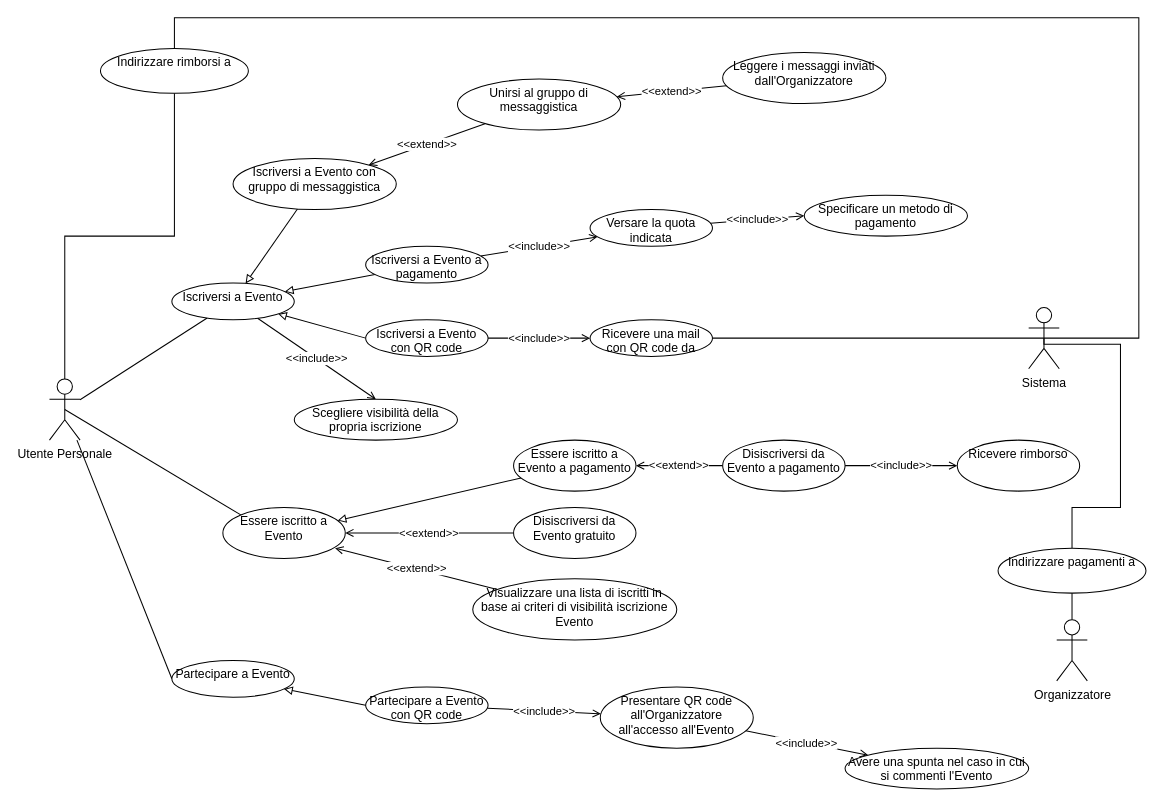
4spot-team/documentation keeps this draw.io diagram as UseCase/RF15_Iscrizione_Evento/Iscrizione_Evento.drawio. Above is the earlier version. Source tidied: cells renumbered, new cells numbered last; positions are measured from the earlier drawing's top-left corner, leaving out a move shared by most shapes. Both pictures are drawn from the tidied source at 102%, with x=0, y=0 at pixel (49, 17).
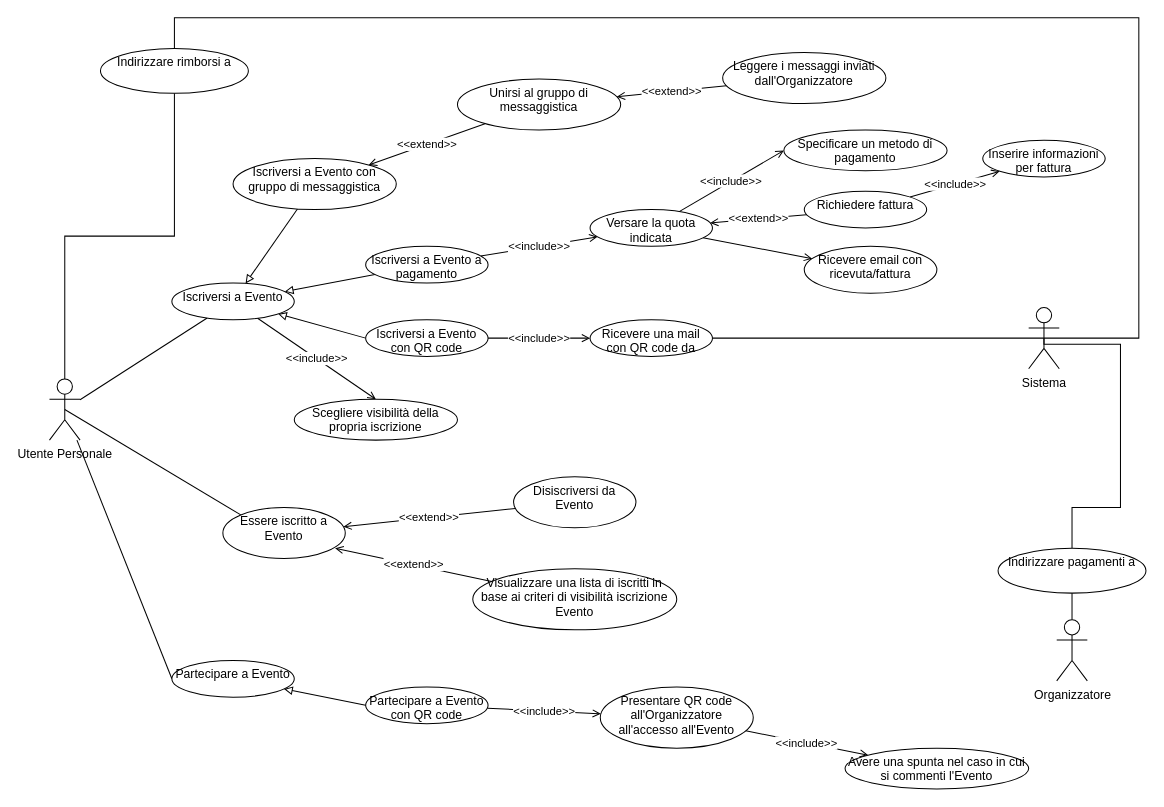
Above is the later version.

Commit message (it also covers changes not shown here):
Revise use cases.

The change refers to these unchanged cells:
```xml
<mxCell id="15" value="Versare la quota indicata" style="ellipse;whiteSpace=wrap;html=1;verticalAlign=top;" parent="1" vertex="1">
  <mxGeometry x="530" y="188" width="120" height="36" as="geometry" />
</mxCell>
<mxCell id="37" value="Essere iscritto a Evento" style="ellipse;whiteSpace=wrap;html=1;verticalAlign=top;" parent="1" vertex="1">
  <mxGeometry x="170" y="480" width="120" height="50" as="geometry" />
</mxCell>
```

Diff of the diagram source:
```diff
@@
+    <mxCell id="42" value="&amp;lt;&amp;lt;extend&amp;gt;&amp;gt;" style="rounded=0;jettySize=auto;html=1;endArrow=open;endFill=0;" parent="1" edge="1" source="53" target="15">
+      <mxGeometry relative="1" as="geometry" />
+    </mxCell>
+    <mxCell id="52" style="edgeStyle=none;rounded=0;jettySize=auto;html=1;endArrow=open;endFill=0;" parent="1" edge="1" source="15" target="55">
+      <mxGeometry relative="1" as="geometry" />
+    </mxCell>
@@
     <mxCell id="16" value="Specificare un metodo di pagamento" style="ellipse;whiteSpace=wrap;html=1;verticalAlign=top;" parent="1" vertex="1">
-      <mxGeometry x="740" y="174" width="160" height="40" as="geometry" />
+      <mxGeometry x="720" y="110" width="160" height="40" as="geometry" />
     </mxCell>
@@
-    <mxCell id="36" style="edgeStyle=none;rounded=0;jettySize=auto;html=1;endArrow=block;endFill=0;" parent="1" edge="1" source="41" target="37">
-      <mxGeometry relative="1" as="geometry" />
-    </mxCell>
@@
-    <mxCell id="38" value="Disiscriversi da Evento gratuito" style="ellipse;whiteSpace=wrap;html=1;verticalAlign=top;" parent="1" vertex="1">
-      <mxGeometry x="455" y="480" width="120" height="50" as="geometry" />
+    <mxCell id="38" value="Disiscriversi da Evento" style="ellipse;whiteSpace=wrap;html=1;verticalAlign=top;" parent="1" vertex="1">
+      <mxGeometry x="455" y="450" width="120" height="50" as="geometry" />
     </mxCell>
@@
     <mxCell id="40" value="Visualizzare una lista di iscritti in base ai criteri di visibilità iscrizione Evento" style="ellipse;whiteSpace=wrap;html=1;verticalAlign=top;" parent="1" vertex="1">
-      <mxGeometry x="415" y="550" width="200" height="60" as="geometry" />
+      <mxGeometry x="415" y="540" width="200" height="60" as="geometry" />
     </mxCell>
-    <mxCell id="41" value="Essere iscritto a Evento a pagamento" style="ellipse;whiteSpace=wrap;html=1;verticalAlign=top;" parent="1" vertex="1">
-      <mxGeometry x="455" y="414" width="120" height="50" as="geometry" />
-    </mxCell>
-    <mxCell id="42" value="&amp;lt;&amp;lt;extend&amp;gt;&amp;gt;" style="edgeStyle=none;rounded=0;jettySize=auto;html=1;endArrow=open;endFill=0;" parent="1" edge="1" source="44" target="41">
-      <mxGeometry relative="1" as="geometry" />
-    </mxCell>
-    <mxCell id="43" value="&amp;lt;&amp;lt;include&amp;gt;&amp;gt;" style="edgeStyle=none;rounded=0;jettySize=auto;html=1;endArrow=open;endFill=0;" parent="1" edge="1" source="44" target="45">
-      <mxGeometry relative="1" as="geometry" />
-    </mxCell>
-    <mxCell id="44" value="Disiscriversi da Evento a pagamento" style="ellipse;whiteSpace=wrap;html=1;verticalAlign=top;" parent="1" vertex="1">
-      <mxGeometry x="660" y="414" width="120" height="50" as="geometry" />
-    </mxCell>
-    <mxCell id="45" value="Ricevere rimborso" style="ellipse;whiteSpace=wrap;html=1;verticalAlign=top;" parent="1" vertex="1">
-      <mxGeometry x="890" y="414" width="120" height="50" as="geometry" />
-    </mxCell>
@@
+    <mxCell id="43" value="&amp;lt;&amp;lt;include&amp;gt;&amp;gt;" style="edgeStyle=none;rounded=0;jettySize=auto;html=1;endArrow=open;endFill=0;" parent="1" edge="1" source="53" target="54">
+      <mxGeometry relative="1" as="geometry" />
+    </mxCell>
+    <mxCell id="53" value="Richiedere fattura" style="ellipse;whiteSpace=wrap;html=1;verticalAlign=top;" parent="1" vertex="1">
+      <mxGeometry x="740" y="170" width="120" height="36" as="geometry" />
+    </mxCell>
+    <mxCell id="54" value="Inserire informazioni per fattura" style="ellipse;whiteSpace=wrap;html=1;verticalAlign=top;" parent="1" vertex="1">
+      <mxGeometry x="915" y="120" width="120" height="36" as="geometry" />
+    </mxCell>
+    <mxCell id="55" value="Ricevere email con ricevuta/fattura" style="ellipse;whiteSpace=wrap;html=1;verticalAlign=top;" parent="1" vertex="1">
+      <mxGeometry x="740" y="224" width="130" height="46" as="geometry" />
+    </mxCell>
```
